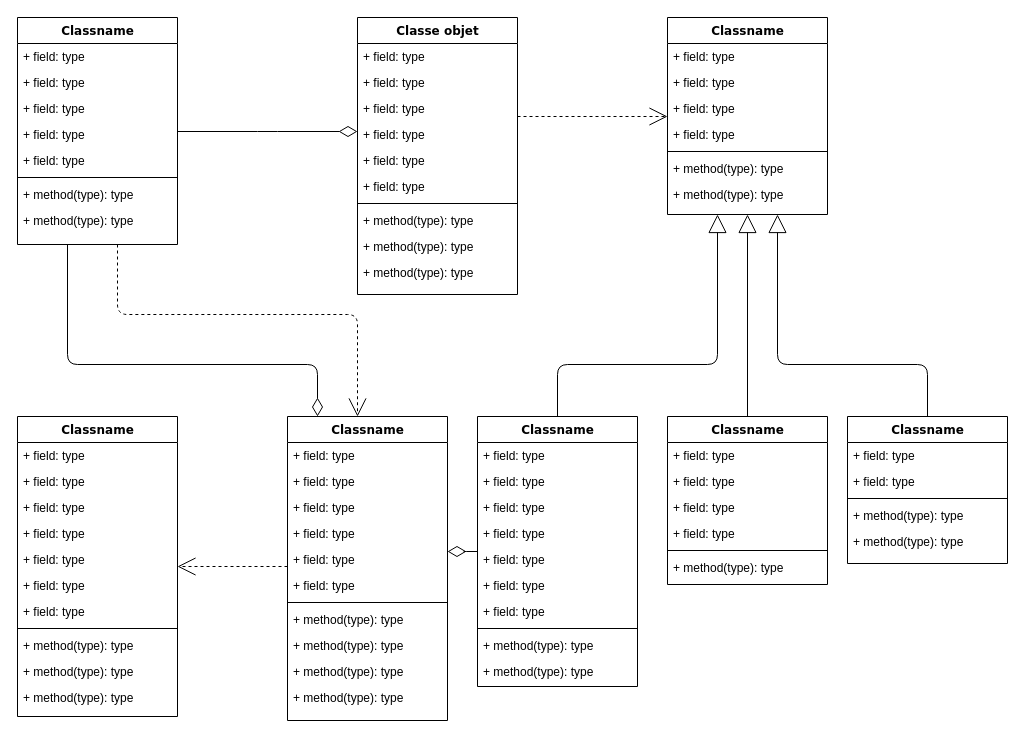
Earlier version of the draw.io diagram Diagramme sans nom.drawio (Spyrolol/Projet-X). Source tidied: cells renumbered, new cells numbered last; positions are measured from the earlier drawing's top-left corner, leaving out a move shared by most shapes. Both pictures are drawn from the tidied source at 100%, with x=0, y=0 at pixel (17, 17).
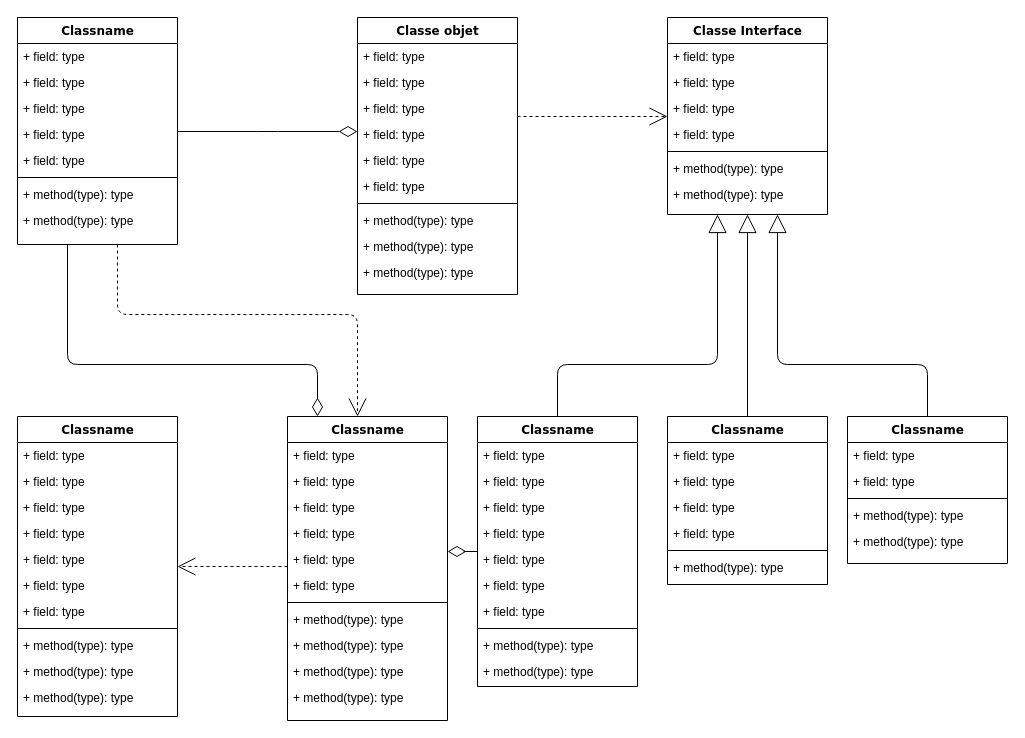
After the change.

Commit message:
Mettre à jour Diagramme sans nom.drawio

Diff of the diagram source:
```diff
@@
-    <mxCell id="25" value="Classname" style="swimlane;html=1;fontStyle=1;align=center;verticalAlign=top;horizontal=1;startSize=26;swimlaneFillColor=#ffffff;rounded=0;shadow=0;comic=0;labelBackgroundColor=none;strokeWidth=1;fillColor=none;fontFamily=Verdana;fontSize=12;" parent="1" vertex="1">
+    <mxCell id="25" value="Classe Interface" style="swimlane;html=1;fontStyle=1;align=center;verticalAlign=top;horizontal=1;startSize=26;swimlaneFillColor=#ffffff;rounded=0;shadow=0;comic=0;labelBackgroundColor=none;strokeWidth=1;fillColor=none;fontFamily=Verdana;fontSize=12;" parent="1" vertex="1">
       <mxGeometry x="650" width="160" height="197" as="geometry" />
     </mxCell>
```
